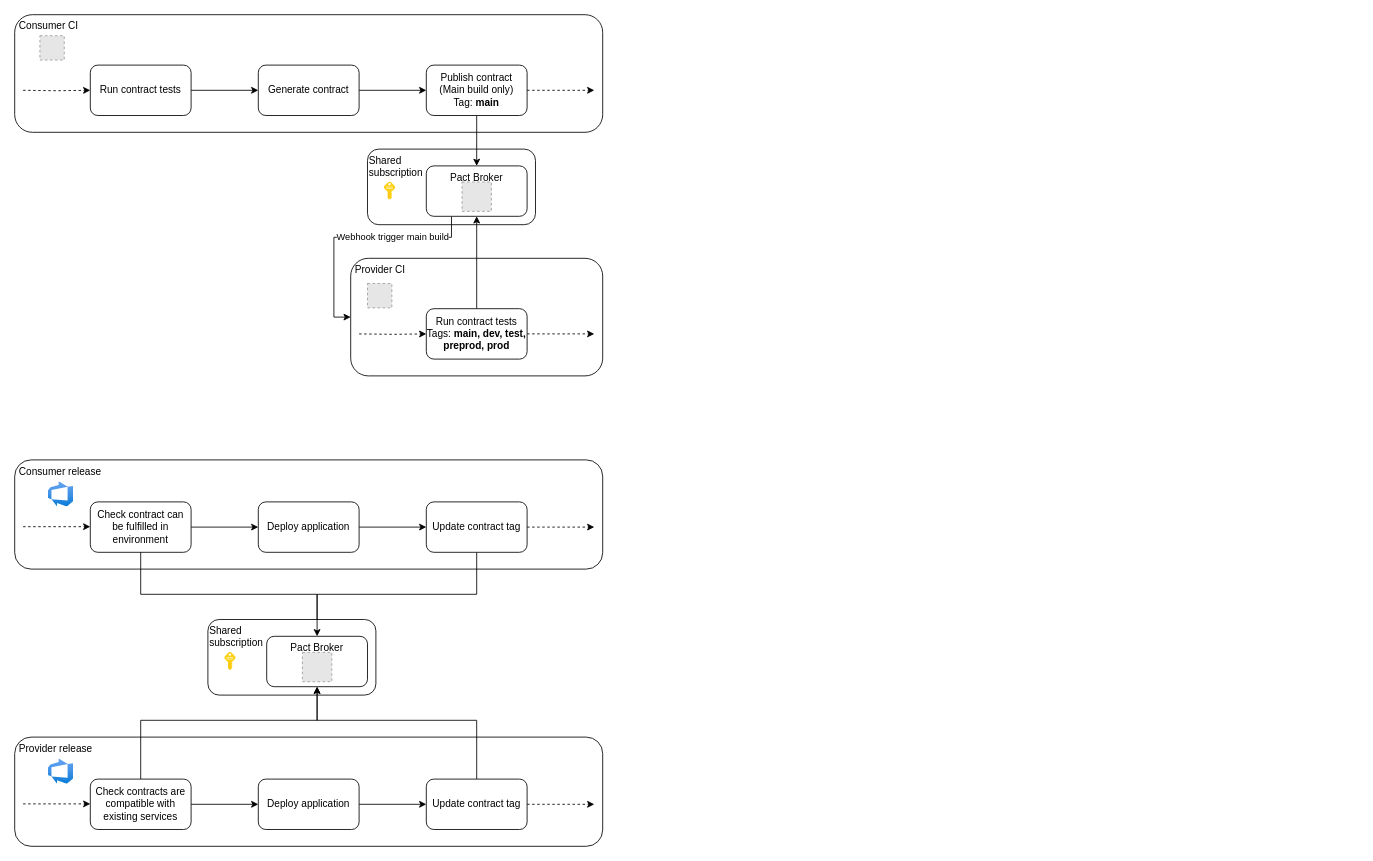
The draw.io diagram contract-testing.drawio in johnwatson484/diagrams, before the edit. Source tidied: cells renumbered, new cells numbered last; positions are measured from the earlier drawing's top-left corner, leaving out a move shared by most shapes. Both pictures are drawn from the tidied source at 84%, with x=0, y=0 at pixel (14, 14). Pictures stored in the file or linked from it are replaced by grey dashed boxes.
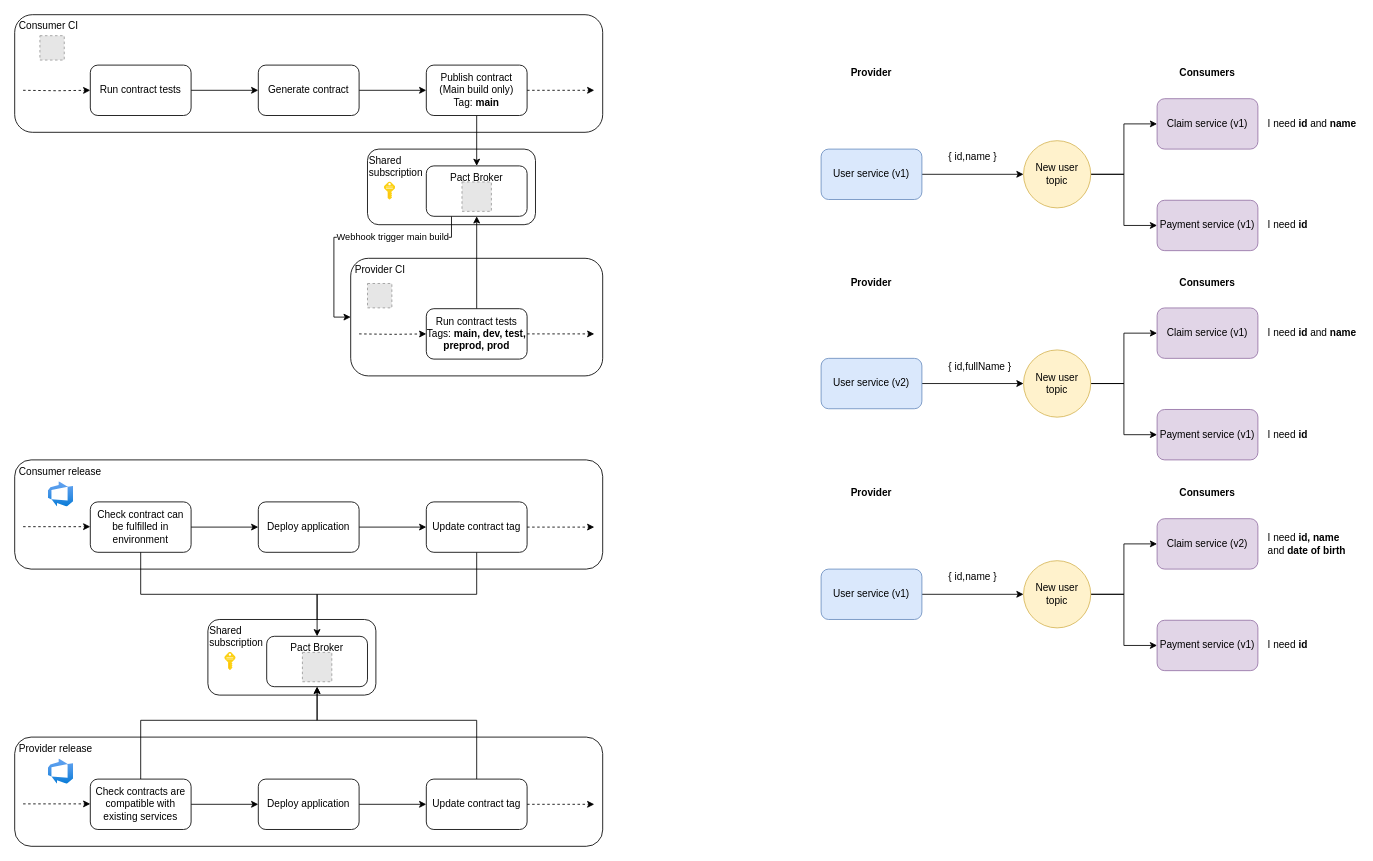
The same diagram, later.

Change to the diagram source:
```diff
@@
+    <mxCell id="49" style="edgeStyle=orthogonalEdgeStyle;rounded=0;jettySize=auto;html=1;" parent="1" edge="1" source="50" target="53">
+      <mxGeometry relative="1" as="geometry" />
+    </mxCell>
+    <mxCell id="50" value="User service (v1)" style="rounded=1;whiteSpace=wrap;html=1;fillColor=#dae8fc;strokeColor=#6c8ebf;" parent="1" vertex="1">
+      <mxGeometry x="960" y="160" width="120" height="60" as="geometry" />
+    </mxCell>
+    <mxCell id="51" style="edgeStyle=orthogonalEdgeStyle;rounded=0;jettySize=auto;html=1;entryX=0;entryY=0.5;entryDx=0;entryDy=0;" parent="1" edge="1" source="53" target="54">
+      <mxGeometry relative="1" as="geometry" />
+    </mxCell>
+    <mxCell id="52" style="edgeStyle=orthogonalEdgeStyle;rounded=0;jettySize=auto;html=1;entryX=0;entryY=0.5;entryDx=0;entryDy=0;" parent="1" edge="1" source="53" target="55">
+      <mxGeometry relative="1" as="geometry" />
+    </mxCell>
+    <mxCell id="53" value="New user topic" style="ellipse;whiteSpace=wrap;html=1;rounded=1;fillColor=#fff2cc;strokeColor=#d6b656;" parent="1" vertex="1">
+      <mxGeometry x="1201" y="150" width="80" height="80" as="geometry" />
+    </mxCell>
+    <mxCell id="54" value="Claim service (v1)" style="rounded=1;whiteSpace=wrap;html=1;fillColor=#e1d5e7;strokeColor=#9673a6;" parent="1" vertex="1">
+      <mxGeometry x="1360" y="100" width="120" height="60" as="geometry" />
+    </mxCell>
+    <mxCell id="55" value="Payment service (v1)" style="rounded=1;whiteSpace=wrap;html=1;fillColor=#e1d5e7;strokeColor=#9673a6;" parent="1" vertex="1">
+      <mxGeometry x="1360" y="220.9" width="120" height="60" as="geometry" />
+    </mxCell>
+    <mxCell id="56" value="{&amp;nbsp;id,&lt;span&gt;name&amp;nbsp;&lt;/span&gt;}" style="text;html=1;strokeColor=none;fillColor=none;align=left;verticalAlign=middle;whiteSpace=wrap;rounded=0;" parent="1" vertex="1">
+      <mxGeometry x="1110" y="160" width="40" height="20" as="geometry" />
+    </mxCell>
+    <mxCell id="57" value="Provider" style="text;html=1;strokeColor=none;fillColor=none;align=center;verticalAlign=middle;whiteSpace=wrap;rounded=0;fontStyle=1;" parent="1" vertex="1">
+      <mxGeometry x="1000" y="60" width="40" height="20" as="geometry" />
+    </mxCell>
+    <mxCell id="58" value="Consumers" style="text;html=1;strokeColor=none;fillColor=none;align=center;verticalAlign=middle;whiteSpace=wrap;rounded=0;fontStyle=1;" parent="1" vertex="1">
+      <mxGeometry x="1400" y="60" width="40" height="20" as="geometry" />
+    </mxCell>
+    <mxCell id="59" value="I need &lt;b&gt;id &lt;/b&gt;and &lt;b&gt;name&lt;/b&gt;" style="text;html=1;strokeColor=none;fillColor=none;align=left;verticalAlign=middle;whiteSpace=wrap;rounded=0;" parent="1" vertex="1">
+      <mxGeometry x="1490" y="120" width="110" height="20" as="geometry" />
+    </mxCell>
+    <mxCell id="60" value="I need &lt;b&gt;id &lt;/b&gt;" style="text;html=1;strokeColor=none;fillColor=none;align=left;verticalAlign=middle;whiteSpace=wrap;rounded=0;" parent="1" vertex="1">
+      <mxGeometry x="1490" y="240.9" width="110" height="20" as="geometry" />
+    </mxCell>
+    <mxCell id="61" style="edgeStyle=orthogonalEdgeStyle;rounded=0;jettySize=auto;html=1;" parent="1" edge="1" source="62" target="65">
+      <mxGeometry relative="1" as="geometry" />
+    </mxCell>
+    <mxCell id="62" value="User service (v2)" style="rounded=1;whiteSpace=wrap;html=1;fillColor=#dae8fc;strokeColor=#6c8ebf;" parent="1" vertex="1">
+      <mxGeometry x="960" y="409.1" width="120" height="60" as="geometry" />
+    </mxCell>
+    <mxCell id="63" style="edgeStyle=orthogonalEdgeStyle;rounded=0;jettySize=auto;html=1;entryX=0;entryY=0.5;entryDx=0;entryDy=0;" parent="1" edge="1" source="65" target="66">
+      <mxGeometry relative="1" as="geometry" />
+    </mxCell>
+    <mxCell id="64" style="edgeStyle=orthogonalEdgeStyle;rounded=0;jettySize=auto;html=1;entryX=0;entryY=0.5;entryDx=0;entryDy=0;" parent="1" edge="1" source="65" target="67">
+      <mxGeometry relative="1" as="geometry" />
+    </mxCell>
+    <mxCell id="65" value="New user topic" style="ellipse;whiteSpace=wrap;html=1;rounded=1;fillColor=#fff2cc;strokeColor=#d6b656;" parent="1" vertex="1">
+      <mxGeometry x="1201" y="399.1" width="80" height="80" as="geometry" />
+    </mxCell>
+    <mxCell id="66" value="Claim service (v1)" style="rounded=1;whiteSpace=wrap;html=1;fillColor=#e1d5e7;strokeColor=#9673a6;" parent="1" vertex="1">
+      <mxGeometry x="1360" y="349.1" width="120" height="60" as="geometry" />
+    </mxCell>
+    <mxCell id="67" value="Payment service (v1)" style="rounded=1;whiteSpace=wrap;html=1;fillColor=#e1d5e7;strokeColor=#9673a6;" parent="1" vertex="1">
+      <mxGeometry x="1360" y="470" width="120" height="60" as="geometry" />
+    </mxCell>
+    <mxCell id="68" value="{&amp;nbsp;id,fullN&lt;span&gt;ame&amp;nbsp;&lt;/span&gt;}" style="text;html=1;strokeColor=none;fillColor=none;align=left;verticalAlign=middle;whiteSpace=wrap;rounded=0;" parent="1" vertex="1">
+      <mxGeometry x="1110" y="409.1" width="40" height="20" as="geometry" />
+    </mxCell>
+    <mxCell id="69" value="Provider" style="text;html=1;strokeColor=none;fillColor=none;align=center;verticalAlign=middle;whiteSpace=wrap;rounded=0;fontStyle=1;" parent="1" vertex="1">
+      <mxGeometry x="1000" y="309.1" width="40" height="20" as="geometry" />
+    </mxCell>
+    <mxCell id="70" value="Consumers" style="text;html=1;strokeColor=none;fillColor=none;align=center;verticalAlign=middle;whiteSpace=wrap;rounded=0;fontStyle=1;" parent="1" vertex="1">
+      <mxGeometry x="1400" y="309.1" width="40" height="20" as="geometry" />
+    </mxCell>
+    <mxCell id="71" value="I need &lt;b&gt;id &lt;/b&gt;and &lt;b&gt;name&lt;/b&gt;" style="text;html=1;strokeColor=none;fillColor=none;align=left;verticalAlign=middle;whiteSpace=wrap;rounded=0;" parent="1" vertex="1">
+      <mxGeometry x="1490" y="369.1" width="110" height="20" as="geometry" />
+    </mxCell>
+    <mxCell id="72" value="I need &lt;b&gt;id &lt;/b&gt;" style="text;html=1;strokeColor=none;fillColor=none;align=left;verticalAlign=middle;whiteSpace=wrap;rounded=0;" parent="1" vertex="1">
+      <mxGeometry x="1490" y="490" width="110" height="20" as="geometry" />
+    </mxCell>
+    <mxCell id="73" style="edgeStyle=orthogonalEdgeStyle;rounded=0;jettySize=auto;html=1;" parent="1" edge="1" source="74" target="77">
+      <mxGeometry relative="1" as="geometry" />
+    </mxCell>
+    <mxCell id="74" value="User service (v1)" style="rounded=1;whiteSpace=wrap;html=1;fillColor=#dae8fc;strokeColor=#6c8ebf;" parent="1" vertex="1">
+      <mxGeometry x="960" y="660" width="120" height="60" as="geometry" />
+    </mxCell>
+    <mxCell id="75" style="edgeStyle=orthogonalEdgeStyle;rounded=0;jettySize=auto;html=1;entryX=0;entryY=0.5;entryDx=0;entryDy=0;" parent="1" edge="1" source="77" target="78">
+      <mxGeometry relative="1" as="geometry" />
+    </mxCell>
+    <mxCell id="76" style="edgeStyle=orthogonalEdgeStyle;rounded=0;jettySize=auto;html=1;entryX=0;entryY=0.5;entryDx=0;entryDy=0;" parent="1" edge="1" source="77" target="79">
+      <mxGeometry relative="1" as="geometry" />
+    </mxCell>
+    <mxCell id="77" value="New user topic" style="ellipse;whiteSpace=wrap;html=1;rounded=1;fillColor=#fff2cc;strokeColor=#d6b656;" parent="1" vertex="1">
+      <mxGeometry x="1201" y="650" width="80" height="80" as="geometry" />
+    </mxCell>
+    <mxCell id="78" value="Claim service (v2)" style="rounded=1;whiteSpace=wrap;html=1;fillColor=#e1d5e7;strokeColor=#9673a6;" parent="1" vertex="1">
+      <mxGeometry x="1360" y="600" width="120" height="60" as="geometry" />
+    </mxCell>
+    <mxCell id="79" value="Payment service (v1)" style="rounded=1;whiteSpace=wrap;html=1;fillColor=#e1d5e7;strokeColor=#9673a6;" parent="1" vertex="1">
+      <mxGeometry x="1360" y="720.9" width="120" height="60" as="geometry" />
+    </mxCell>
+    <mxCell id="80" value="{&amp;nbsp;id,&lt;span&gt;name&amp;nbsp;&lt;/span&gt;}" style="text;html=1;strokeColor=none;fillColor=none;align=left;verticalAlign=middle;whiteSpace=wrap;rounded=0;" parent="1" vertex="1">
+      <mxGeometry x="1110" y="660" width="40" height="20" as="geometry" />
+    </mxCell>
+    <mxCell id="81" value="Provider" style="text;html=1;strokeColor=none;fillColor=none;align=center;verticalAlign=middle;whiteSpace=wrap;rounded=0;fontStyle=1;" parent="1" vertex="1">
+      <mxGeometry x="1000" y="560" width="40" height="20" as="geometry" />
+    </mxCell>
+    <mxCell id="82" value="Consumers" style="text;html=1;strokeColor=none;fillColor=none;align=center;verticalAlign=middle;whiteSpace=wrap;rounded=0;fontStyle=1;" parent="1" vertex="1">
+      <mxGeometry x="1400" y="560" width="40" height="20" as="geometry" />
+    </mxCell>
+    <mxCell id="83" value="I need &lt;b&gt;id,&lt;/b&gt;&amp;nbsp;&lt;b&gt;name &lt;/b&gt;and &lt;b&gt;date of birth&lt;/b&gt;" style="text;html=1;strokeColor=none;fillColor=none;align=left;verticalAlign=middle;whiteSpace=wrap;rounded=0;" parent="1" vertex="1">
+      <mxGeometry x="1490" y="620" width="110" height="20" as="geometry" />
+    </mxCell>
+    <mxCell id="84" value="I need &lt;b&gt;id &lt;/b&gt;" style="text;html=1;strokeColor=none;fillColor=none;align=left;verticalAlign=middle;whiteSpace=wrap;rounded=0;" parent="1" vertex="1">
+      <mxGeometry x="1490" y="740.9" width="110" height="20" as="geometry" />
+    </mxCell>
```
